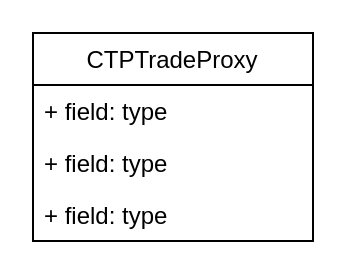
Above: page "第 2 页" (2 of 2) of OTS数据流.drawio in oyzhiquan/OuC_Test_2018 (draw.io), before the change. Source tidied: cells renumbered, new cells numbered last; positions are measured from the earlier drawing's top-left corner, leaving out a move shared by most shapes. Both pictures are drawn from the tidied source at 200%, with x=0, y=0 at pixel (32, 32).
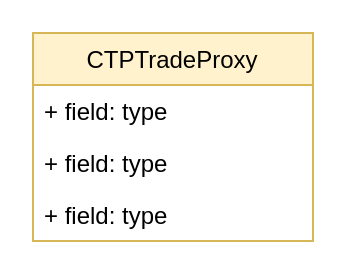
Above is the later version.

What changed in the source:
```diff
@@
 <mxGraphModel>
   <root>
     <mxCell id="0" />
     <mxCell id="1" parent="0" />
-    <mxCell id="2" value="CTPTradeProxy" style="swimlane;fontStyle=0;horizontal=1;startSize=26;fillColor=none;" parent="1" vertex="1">
+    <mxCell id="2" value="CTPTradeProxy" style="swimlane;fontStyle=0;horizontal=1;startSize=26;fillColor=#fff2cc;strokeColor=#d6b656;" parent="1" vertex="1">
       <mxGeometry width="140" height="104" as="geometry" />
     </mxCell>
     <mxCell id="3" value="+ field: type" style="text;strokeColor=none;fillColor=none;align=left;verticalAlign=top;spacingLeft=4;spacingRight=4;overflow=hidden;" parent="2" vertex="1">
       <mxGeometry y="26" width="140" height="26" as="geometry" />
     </mxCell>
     <mxCell id="4" value="+ field: type" style="text;strokeColor=none;fillColor=none;align=left;verticalAlign=top;spacingLeft=4;spacingRight=4;overflow=hidden;" parent="2" vertex="1">
       <mxGeometry y="52" width="140" height="26" as="geometry" />
     </mxCell>
     <mxCell id="5" value="+ field: type" style="text;strokeColor=none;fillColor=none;align=left;verticalAlign=top;spacingLeft=4;spacingRight=4;overflow=hidden;" parent="2" vertex="1">
       <mxGeometry y="78" width="140" height="26" as="geometry" />
     </mxCell>
   </root>
 </mxGraphModel>
```
